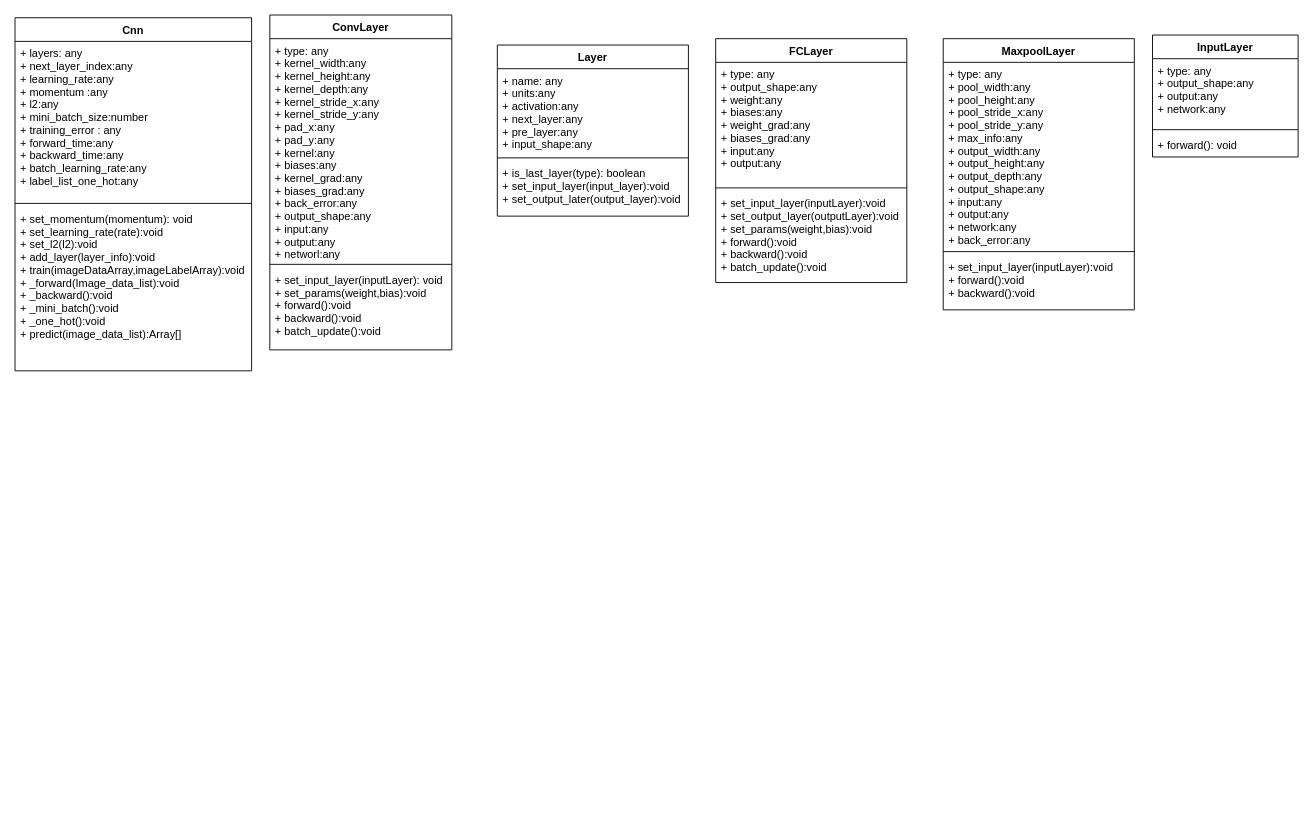
Above: page "class" (8 of 8) of diagram/ActivityDiagram.drawio in fifinal/skripsi-cnn-toga (draw.io), before the change. Source tidied: cells renumbered, new cells numbered last; positions are measured from the earlier drawing's top-left corner, leaving out a move shared by most shapes. Both pictures are drawn from the tidied source at 91%, with x=0, y=0 at pixel (15, 15).
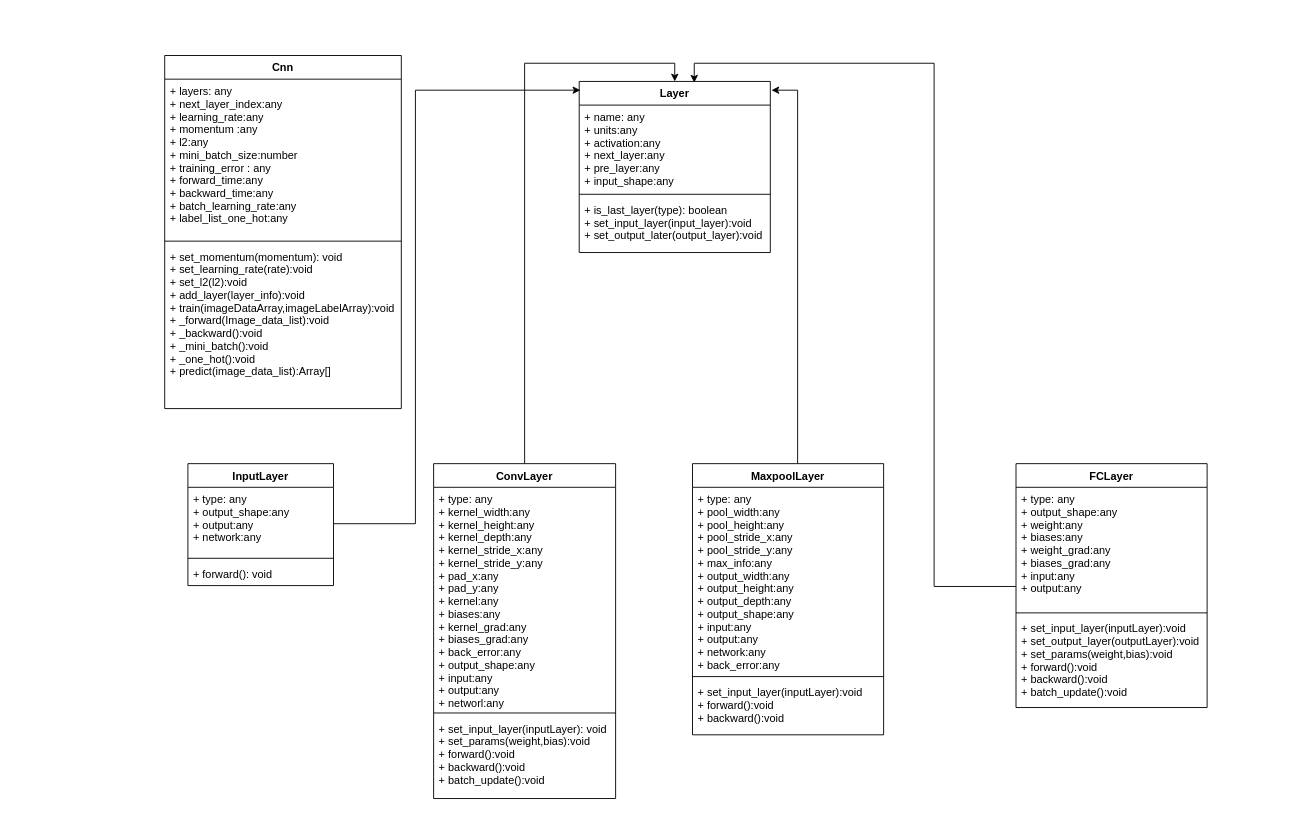
The same diagram, later.

The edit, as a diff of the source:
```diff
@@
     <mxCell id="2" value="Cnn" style="swimlane;fontStyle=1;align=center;verticalAlign=top;horizontal=1;startSize=26;" parent="1" vertex="1">
-      <mxGeometry y="3" width="260" height="388" as="geometry" />
+      <mxGeometry x="164.5" y="44.5" width="260" height="388" as="geometry" />
     </mxCell>
@@
+    <mxCell id="26" style="edgeStyle=orthogonalEdgeStyle;rounded=0;jettySize=auto;html=1;entryX=0.5;entryY=0;entryDx=0;entryDy=0;" parent="1" edge="1" source="6" target="18">
+      <mxGeometry relative="1" as="geometry" />
+    </mxCell>
     <mxCell id="6" value="ConvLayer" style="swimlane;fontStyle=1;align=center;verticalAlign=top;horizontal=1;startSize=26;" parent="1" vertex="1">
-      <mxGeometry x="280" width="200" height="368" as="geometry" />
+      <mxGeometry x="460" y="493" width="200" height="368" as="geometry" />
     </mxCell>
@@
+    <mxCell id="27" style="edgeStyle=orthogonalEdgeStyle;rounded=0;jettySize=auto;html=1;entryX=1.006;entryY=0.051;entryDx=0;entryDy=0;entryPerimeter=0;" parent="1" edge="1" source="10" target="18">
+      <mxGeometry relative="1" as="geometry">
+        <Array as="points">
+          <mxPoint x="860" y="83" />
+        </Array>
+      </mxGeometry>
+    </mxCell>
     <mxCell id="10" value="MaxpoolLayer" style="swimlane;fontStyle=1;align=center;verticalAlign=top;horizontal=1;startSize=26;" parent="1" vertex="1">
-      <mxGeometry x="1020" y="26" width="210" height="298" as="geometry" />
+      <mxGeometry x="744.5" y="493" width="210" height="298" as="geometry" />
     </mxCell>
@@
+    <mxCell id="28" style="edgeStyle=orthogonalEdgeStyle;rounded=0;jettySize=auto;html=1;entryX=0.602;entryY=0.007;entryDx=0;entryDy=0;entryPerimeter=0;" parent="1" edge="1" source="14" target="18">
+      <mxGeometry relative="1" as="geometry">
+        <Array as="points">
+          <mxPoint x="1010" y="628" />
+          <mxPoint x="1010" y="53" />
+          <mxPoint x="746" y="53" />
+        </Array>
+      </mxGeometry>
+    </mxCell>
     <mxCell id="14" value="FCLayer" style="swimlane;fontStyle=1;align=center;verticalAlign=top;horizontal=1;startSize=26;" parent="1" vertex="1">
-      <mxGeometry x="770" y="26" width="210" height="268" as="geometry" />
+      <mxGeometry x="1100" y="493" width="210" height="268" as="geometry" />
     </mxCell>
@@
     <mxCell id="18" value="Layer" style="swimlane;fontStyle=1;align=center;verticalAlign=top;horizontal=1;startSize=26;" parent="1" vertex="1">
-      <mxGeometry x="530" y="33" width="210" height="188" as="geometry" />
+      <mxGeometry x="620" y="73" width="210" height="188" as="geometry" />
     </mxCell>
@@
+    <mxCell id="29" style="edgeStyle=orthogonalEdgeStyle;rounded=0;jettySize=auto;html=1;entryX=0.006;entryY=0.051;entryDx=0;entryDy=0;entryPerimeter=0;" parent="1" edge="1" source="22" target="18">
+      <mxGeometry relative="1" as="geometry">
+        <Array as="points">
+          <mxPoint x="440" y="559" />
+          <mxPoint x="440" y="83" />
+        </Array>
+      </mxGeometry>
+    </mxCell>
     <mxCell id="22" value="InputLayer" style="swimlane;fontStyle=1;align=center;verticalAlign=top;horizontal=1;startSize=26;" parent="1" vertex="1">
-      <mxGeometry x="1250" y="22" width="160" height="134" as="geometry" />
+      <mxGeometry x="190" y="493" width="160" height="134" as="geometry" />
     </mxCell>
```
